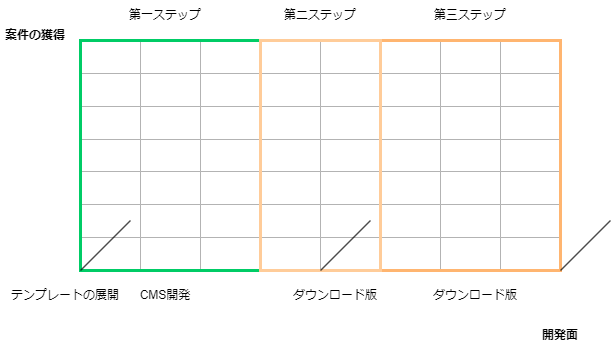
This is 収益化.drawio.png from buyodo/webgis-doc, a draw.io export, as it was before one commit. Source tidied: cells renumbered, new cells last; positions are measured from the earlier drawing's top-left corner, leaving out a move shared by most shapes.
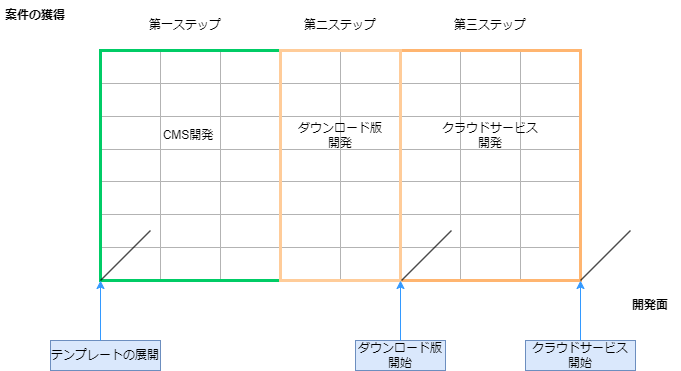
Above is the later version.

Commit message:
収益化.drawio.png を更新します

What changed in the source:
```diff
@@ -197,26 +197,26 @@
     <mxCell id="66" value="第一ステップ" style="text;html=1;strokeColor=none;fillColor=none;align=center;verticalAlign=middle;whiteSpace=wrap;rounded=0;" parent="1" vertex="1">
       <mxGeometry x="120" width="90" height="30" as="geometry" />
     </mxCell>
-    <mxCell id="67" value="テンプレートの展開" style="text;html=1;strokeColor=none;fillColor=none;align=center;verticalAlign=middle;whiteSpace=wrap;rounded=0;" parent="1" vertex="1">
-      <mxGeometry x="10" y="280" width="110" height="30" as="geometry" />
+    <mxCell id="67" value="テンプレートの展開" style="text;html=1;strokeColor=#6c8ebf;fillColor=#dae8fc;align=center;verticalAlign=middle;whiteSpace=wrap;rounded=0;" parent="1" vertex="1">
+      <mxGeometry x="30" y="330" width="110" height="30" as="geometry" />
     </mxCell>
     <mxCell id="68" value="案件の獲得" style="text;html=1;strokeColor=none;fillColor=none;align=center;verticalAlign=middle;whiteSpace=wrap;rounded=0;fontStyle=1;" parent="1" vertex="1">
-      <mxGeometry y="20" width="70" height="30" as="geometry" />
+      <mxGeometry x="-20" y="-10" width="70" height="30" as="geometry" />
     </mxCell>
     <mxCell id="69" value="開発面" style="text;html=1;strokeColor=none;fillColor=none;align=center;verticalAlign=middle;whiteSpace=wrap;rounded=0;fontStyle=1;" parent="1" vertex="1">
-      <mxGeometry x="530" y="320" width="60" height="30" as="geometry" />
+      <mxGeometry x="600" y="280" width="60" height="30" as="geometry" />
     </mxCell>
-    <mxCell id="70" value="ダウンロード版" style="text;html=1;strokeColor=none;fillColor=none;align=center;verticalAlign=middle;whiteSpace=wrap;rounded=0;" parent="1" vertex="1">
-      <mxGeometry x="290" y="280" width="90" height="30" as="geometry" />
+    <mxCell id="70" value="ダウンロード版開始" style="text;html=1;strokeColor=#6c8ebf;fillColor=#dae8fc;align=center;verticalAlign=middle;whiteSpace=wrap;rounded=0;" parent="1" vertex="1">
+      <mxGeometry x="335" y="330" width="90" height="30" as="geometry" />
     </mxCell>
     <mxCell id="71" style="rounded=0;whiteSpace=wrap;html=1;strokeColor=#00CC66;fillColor=none;strokeWidth=3;" parent="1" vertex="1">
       <mxGeometry x="80" y="40" width="180" height="230" as="geometry" />
     </mxCell>
     <mxCell id="72" value="CMS開発" style="text;html=1;strokeColor=none;fillColor=none;align=center;verticalAlign=middle;whiteSpace=wrap;rounded=0;" parent="1" vertex="1">
-      <mxGeometry x="120" y="280" width="90" height="30" as="geometry" />
+      <mxGeometry x="123" y="110" width="90" height="30" as="geometry" />
     </mxCell>
-    <mxCell id="73" value="ダウンロード版" style="text;html=1;strokeColor=none;fillColor=none;align=center;verticalAlign=middle;whiteSpace=wrap;rounded=0;" parent="1" vertex="1">
-      <mxGeometry x="430" y="280" width="90" height="30" as="geometry" />
+    <mxCell id="73" value="クラウドサービス&lt;br&gt;開始" style="text;html=1;strokeColor=#6c8ebf;fillColor=#dae8fc;align=center;verticalAlign=middle;whiteSpace=wrap;rounded=0;" parent="1" vertex="1">
+      <mxGeometry x="505" y="330" width="110" height="30" as="geometry" />
     </mxCell>
     <mxCell id="74" style="rounded=0;whiteSpace=wrap;html=1;strokeColor=#FFB570;fillColor=none;strokeWidth=3;" parent="1" vertex="1">
       <mxGeometry x="380" y="40" width="180" height="230" as="geometry" />
@@ -232,8 +232,8 @@
     </mxCell>
     <mxCell id="77" style="endArrow=none;html=1;rounded=0;" parent="1" edge="1">
       <mxGeometry relative="1" as="geometry">
-        <mxPoint x="320" y="270" as="sourcePoint" />
-        <mxPoint x="370" y="220" as="targetPoint" />
+        <mxPoint x="381" y="270" as="sourcePoint" />
+        <mxPoint x="431" y="220" as="targetPoint" />
       </mxGeometry>
     </mxCell>
     <mxCell id="78" style="endArrow=none;html=1;rounded=0;" parent="1" edge="1">
@@ -248,5 +248,28 @@
     <mxCell id="80" value="第三ステップ" style="text;html=1;strokeColor=none;fillColor=none;align=center;verticalAlign=middle;whiteSpace=wrap;rounded=0;" parent="1" vertex="1">
       <mxGeometry x="425" width="90" height="30" as="geometry" />
     </mxCell>
+    <mxCell id="81" value="ダウンロード版開発" style="text;html=1;strokeColor=none;fillColor=none;align=center;verticalAlign=middle;whiteSpace=wrap;rounded=0;" parent="1" vertex="1">
+      <mxGeometry x="275" y="110" width="90" height="30" as="geometry" />
+    </mxCell>
+    <mxCell id="82" value="クラウドサービス開発" style="text;html=1;strokeColor=none;fillColor=none;align=center;verticalAlign=middle;whiteSpace=wrap;rounded=0;" parent="1" vertex="1">
+      <mxGeometry x="420" y="110" width="100" height="30" as="geometry" />
+    </mxCell>
+    <mxCell id="83" style="endArrow=classic;html=1;rounded=0;entryX=0;entryY=1;entryDx=0;entryDy=0;strokeColor=#3399FF;" parent="1" edge="1" target="71">
+      <mxGeometry relative="1" as="geometry">
+        <mxPoint x="80" y="330" as="sourcePoint" />
+      </mxGeometry>
+    </mxCell>
+    <mxCell id="84" style="endArrow=classic;html=1;rounded=0;entryX=0;entryY=1;entryDx=0;entryDy=0;strokeColor=#3399FF;" parent="1" edge="1">
+      <mxGeometry relative="1" as="geometry">
+        <mxPoint x="380" y="330" as="sourcePoint" />
+        <mxPoint x="380" y="270" as="targetPoint" />
+      </mxGeometry>
+    </mxCell>
+    <mxCell id="85" style="endArrow=classic;html=1;rounded=0;entryX=0;entryY=1;entryDx=0;entryDy=0;strokeColor=#3399FF;" parent="1" edge="1">
+      <mxGeometry relative="1" as="geometry">
+        <mxPoint x="560" y="330" as="sourcePoint" />
+        <mxPoint x="560" y="270" as="targetPoint" />
+      </mxGeometry>
+    </mxCell>
   </root>
 </mxGraphModel>
```
